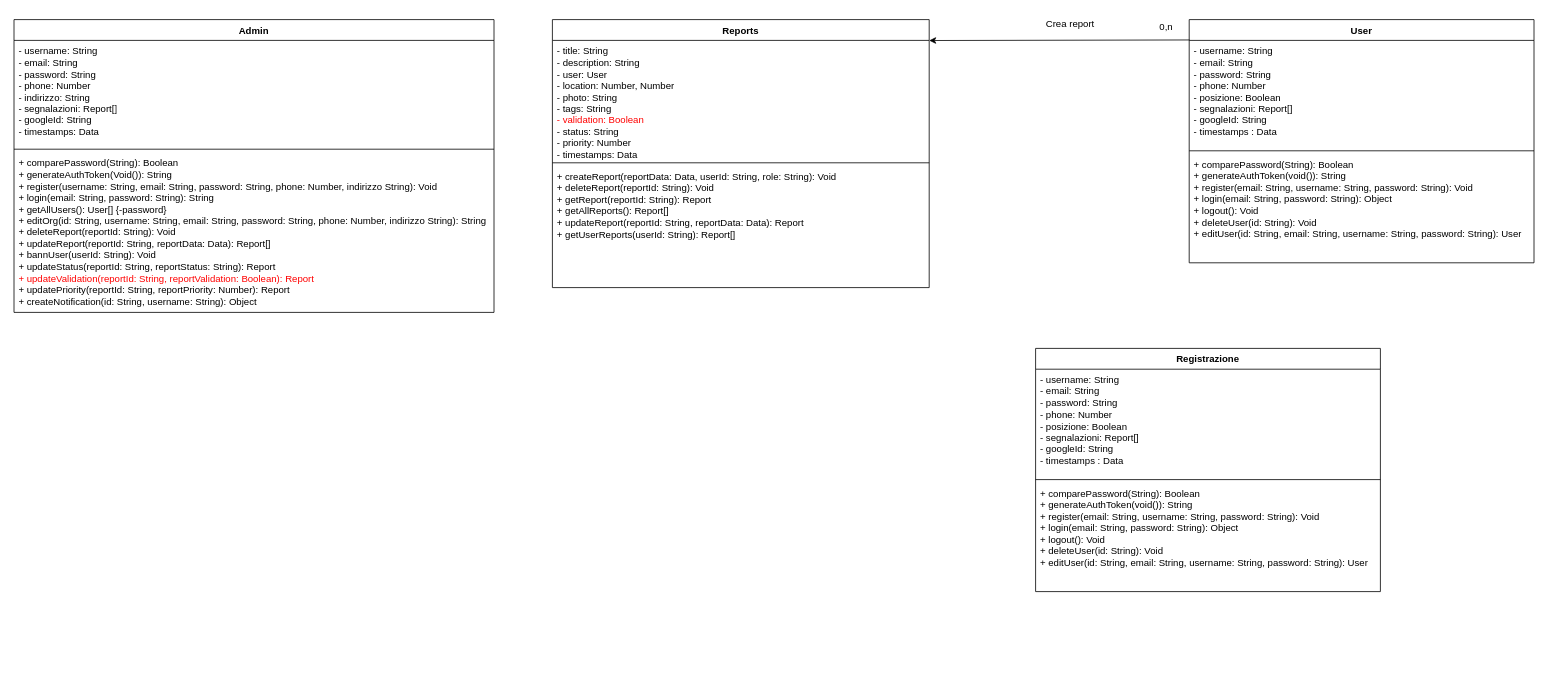
The draw.io diagram DiagrammaDelleClassi.drawio in LucaBarbolini/Prova1, before the edit. Source tidied: cells renumbered, new cells numbered last; positions are measured from the earlier drawing's top-left corner, leaving out a move shared by most shapes. Both pictures are drawn from the tidied source at 80%, with x=0, y=0 at pixel (14, 14).
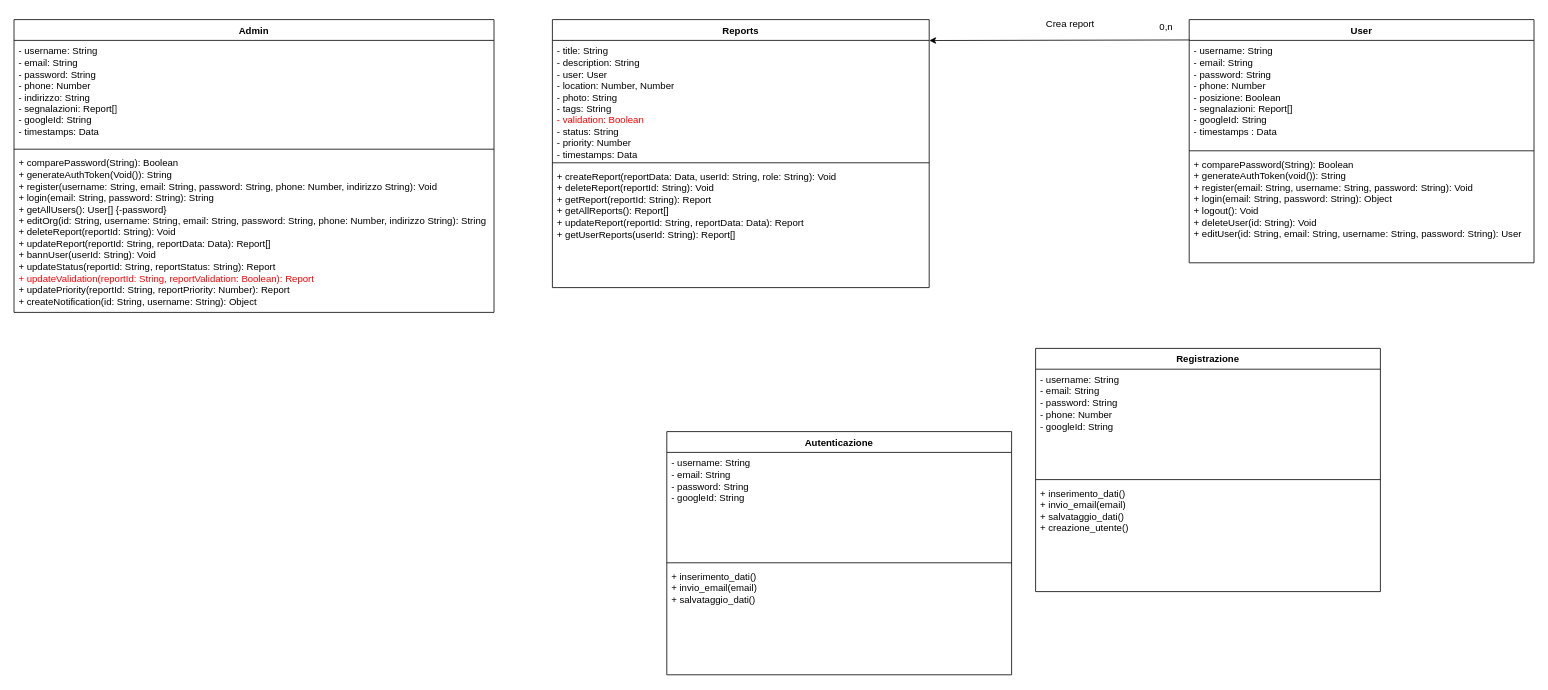
The same diagram, later.

Unchanged cells that the change refers to:
```xml
<mxCell id="17" value="Registrazione" style="swimlane;fontStyle=1;align=center;verticalAlign=top;horizontal=1;startSize=26;whiteSpace=wrap;html=1;" parent="1" vertex="1">
  <mxGeometry x="1277" y="418" width="431" height="304" as="geometry" />
</mxCell>
```

Diff of the diagram source:
```diff
@@
-    <mxCell id="18" value="- username: String&lt;div&gt;- email: String&lt;/div&gt;&lt;div&gt;- password: String&lt;/div&gt;&lt;div&gt;- phone: Number&lt;/div&gt;&lt;div&gt;- posizione: Boolean&lt;/div&gt;&lt;div&gt;- segnalazioni: Report[]&lt;/div&gt;&lt;div&gt;- googleId: String&lt;/div&gt;&lt;div&gt;- timestamps : Data&lt;/div&gt;" style="text;strokeColor=none;fillColor=none;align=left;verticalAlign=top;spacingLeft=4;spacingRight=4;overflow=hidden;whiteSpace=wrap;html=1;" parent="17" vertex="1">
+    <mxCell id="18" value="- username: String&lt;div&gt;- email: String&lt;/div&gt;&lt;div&gt;- password: String&lt;/div&gt;&lt;div&gt;- phone: Number&lt;/div&gt;&lt;div&gt;- googleId: String&lt;/div&gt;" style="text;strokeColor=none;fillColor=none;align=left;verticalAlign=top;spacingLeft=4;spacingRight=4;overflow=hidden;whiteSpace=wrap;html=1;" parent="17" vertex="1">
       <mxGeometry y="26" width="431" height="134" as="geometry" />
     </mxCell>
@@
-    <mxCell id="20" value="+ comparePassword(String): Boolean&lt;div&gt;+ generateAuthToken(void()): String&lt;/div&gt;&lt;div&gt;+ register(email: String, username: String, password: String): Void&lt;/div&gt;&lt;div&gt;+ login(email: String, password: String): Object&amp;nbsp;&lt;/div&gt;&lt;div&gt;+ logout(): Void&lt;/div&gt;&lt;div&gt;+ deleteUser(id: String): Void&lt;/div&gt;&lt;div&gt;+ editUser(id: String,&amp;nbsp;&lt;span style=&quot;background-color: transparent; color: light-dark(rgb(0, 0, 0), rgb(255, 255, 255));&quot;&gt;email: String, username: String, password: String): User&lt;/span&gt;&lt;/div&gt;" style="text;strokeColor=none;fillColor=none;align=left;verticalAlign=top;spacingLeft=4;spacingRight=4;overflow=hidden;whiteSpace=wrap;html=1;" parent="17" vertex="1">
+    <mxCell id="20" value="&lt;div&gt;+ inserimento_dati()&lt;/div&gt;&lt;div&gt;+ invio_email(email)&lt;/div&gt;+ salvataggio_dati()&lt;div&gt;+ creazione_utente()&lt;/div&gt;" style="text;strokeColor=none;fillColor=none;align=left;verticalAlign=top;spacingLeft=4;spacingRight=4;overflow=hidden;whiteSpace=wrap;html=1;" parent="17" vertex="1">
       <mxGeometry y="168" width="431" height="136" as="geometry" />
     </mxCell>
+    <mxCell id="21" value="Autenticazione" style="swimlane;fontStyle=1;align=center;verticalAlign=top;horizontal=1;startSize=26;whiteSpace=wrap;html=1;" parent="1" vertex="1">
+      <mxGeometry x="816" y="522" width="431" height="304" as="geometry" />
+    </mxCell>
+    <mxCell id="22" value="- username: String&lt;div&gt;- email: String&lt;/div&gt;&lt;div&gt;- password: String&lt;/div&gt;&lt;div&gt;- googleId: String&lt;/div&gt;" style="text;strokeColor=none;fillColor=none;align=left;verticalAlign=top;spacingLeft=4;spacingRight=4;overflow=hidden;whiteSpace=wrap;html=1;" parent="21" vertex="1">
+      <mxGeometry y="26" width="431" height="134" as="geometry" />
+    </mxCell>
+    <mxCell id="23" style="line;strokeWidth=1;fillColor=none;align=left;verticalAlign=middle;spacingTop=-1;spacingLeft=3;spacingRight=3;labelPosition=right;strokeColor=inherit;" parent="21" vertex="1">
+      <mxGeometry y="160" width="431" height="8" as="geometry" />
+    </mxCell>
+    <mxCell id="24" value="&lt;div&gt;+ inserimento_dati()&lt;/div&gt;&lt;div&gt;+ invio_email(email)&lt;/div&gt;+ salvataggio_dati()" style="text;strokeColor=none;fillColor=none;align=left;verticalAlign=top;spacingLeft=4;spacingRight=4;overflow=hidden;whiteSpace=wrap;html=1;" parent="21" vertex="1">
+      <mxGeometry y="168" width="431" height="136" as="geometry" />
+    </mxCell>
```
